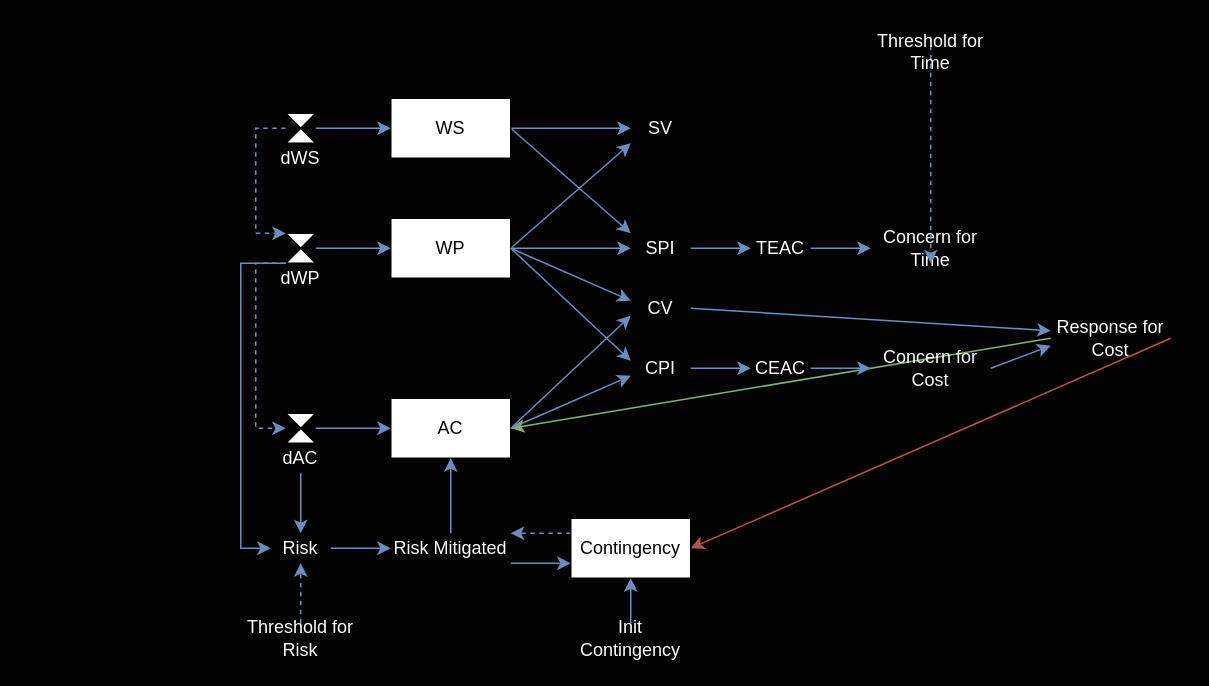
The draw.io diagram SD.drawio in filippomariaottaviani/serendipity, before the edit. Source tidied: cells renumbered, new cells numbered last; positions are measured from the earlier drawing's top-left corner, leaving out a move shared by most shapes. Both pictures are drawn from the tidied source at 150%, with x=0, y=0 at pixel (240, 36).
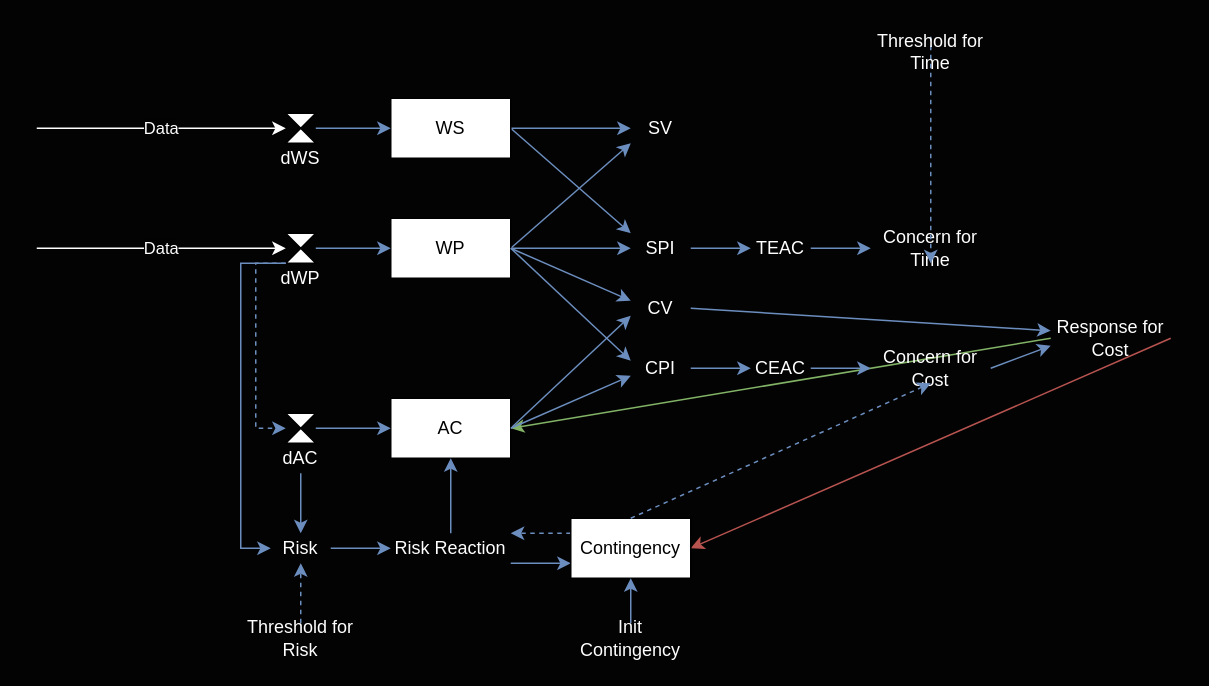
The same page after the edit.

The change refers to these unchanged cells:
```xml
<mxCell id="18" style="shape=collate;whiteSpace=wrap;html=1;fontColor=#FFFFFF;" parent="1" vertex="1">
  <mxGeometry x="30" y="51" width="20" height="20" as="geometry" />
</mxCell>
<mxCell id="21" style="shape=collate;whiteSpace=wrap;html=1;fontColor=#FFFFFF;" parent="1" vertex="1">
  <mxGeometry x="30" y="131" width="20" height="20" as="geometry" />
</mxCell>
<mxCell id="35" value="Concern for Cost" style="text;html=1;align=center;verticalAlign=middle;whiteSpace=wrap;rounded=0;fontColor=#FFFFFF;" parent="1" vertex="1">
  <mxGeometry x="420" y="211" width="80" height="20" as="geometry" />
</mxCell>
<mxCell id="49" value="Contingency" style="rounded=0;whiteSpace=wrap;html=1;fontColor=#000000;" parent="1" vertex="1">
  <mxGeometry x="220" y="321" width="80" height="40" as="geometry" />
</mxCell>
```

Change to the diagram source:
```diff
@@
-    <mxCell id="17" style="edgeStyle=orthogonalEdgeStyle;rounded=0;jettySize=auto;html=1;exitX=0;exitY=0.5;exitDx=0;exitDy=0;fillColor=#dae8fc;strokeColor=#6c8ebf;dashed=1;entryX=0;entryY=0;entryDx=0;entryDy=0;fontColor=#FFFFFF;" parent="1" edge="1" source="18" target="21">
-      <mxGeometry relative="1" as="geometry">
-        <Array as="points">
-          <mxPoint x="10" y="61" />
-          <mxPoint x="10" y="131" />
-        </Array>
-      </mxGeometry>
-    </mxCell>
@@
-    <mxCell id="46" value="Risk Mitigated" style="text;html=1;strokeColor=none;fillColor=none;align=center;verticalAlign=middle;whiteSpace=wrap;rounded=0;fontColor=#FFFFFF;" parent="1" vertex="1">
+    <mxCell id="46" value="Risk Reaction" style="text;html=1;strokeColor=none;fillColor=none;align=center;verticalAlign=middle;whiteSpace=wrap;rounded=0;fontColor=#FFFFFF;" parent="1" vertex="1">
       <mxGeometry x="100" y="331" width="80" height="20" as="geometry" />
     </mxCell>
@@
+    <mxCell id="56" value="Data" style="endArrow=classic;html=1;rounded=0;entryX=0;entryY=0.5;entryDx=0;entryDy=0;fontColor=#FFFFFF;labelBackgroundColor=#030303;strokeColor=#FFFFFF;" parent="1" edge="1" target="18">
+      <mxGeometry relative="1" as="geometry">
+        <mxPoint x="-136" y="61" as="sourcePoint" />
+      </mxGeometry>
+    </mxCell>
+    <mxCell id="57" value="Data" style="endArrow=classic;html=1;rounded=0;entryX=0;entryY=0.5;entryDx=0;entryDy=0;fontColor=#FFFFFF;labelBackgroundColor=#030303;strokeColor=#FFFFFF;" parent="1" edge="1" target="21">
+      <mxGeometry relative="1" as="geometry">
+        <mxPoint x="-136" y="141" as="sourcePoint" />
+      </mxGeometry>
+    </mxCell>
+    <mxCell id="58" style="edgeStyle=none;rounded=0;jettySize=auto;html=1;exitX=0.5;exitY=0;exitDx=0;exitDy=0;entryX=0.5;entryY=1;entryDx=0;entryDy=0;dashed=1;fillColor=#dae8fc;strokeColor=#6c8ebf;fontColor=#FFFFFF;" parent="1" edge="1" source="49" target="35">
+      <mxGeometry relative="1" as="geometry" />
+    </mxCell>
```
